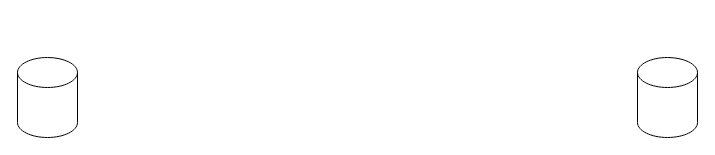
GerasimenkoVV/TestGit keeps this draw.io diagram as SchemeComparePayments_UT_UZ.drawio. Above is the earlier version. Source tidied: cells renumbered, new cells numbered last; positions are measured from the earlier drawing's top-left corner, leaving out a move shared by most shapes. Both pictures are drawn from the tidied source at 100%, with x=0, y=0 at pixel (17, 57).
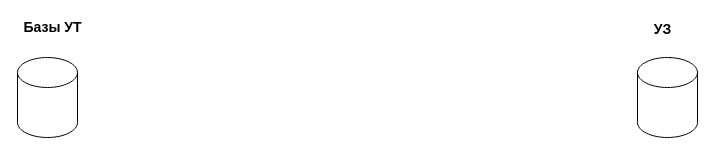
The same page after the edit.

Change to the diagram source:
```diff
@@
 <mxGraphModel>
   <root>
     <mxCell id="0" />
     <mxCell id="1" parent="0" />
     <mxCell id="2" style="shape=cylinder3;whiteSpace=wrap;html=1;boundedLbl=1;backgroundOutline=1;size=15;" parent="1" vertex="1">
       <mxGeometry width="60" height="80" as="geometry" />
     </mxCell>
     <mxCell id="3" style="shape=cylinder3;whiteSpace=wrap;html=1;boundedLbl=1;backgroundOutline=1;size=15;" parent="1" vertex="1">
       <mxGeometry x="620" width="60" height="80" as="geometry" />
     </mxCell>
+    <mxCell id="4" value="&lt;font style=&quot;font-size: 14px;&quot;&gt;&lt;b&gt;Базы УТ&lt;/b&gt;&lt;/font&gt;" style="text;html=1;align=center;verticalAlign=middle;strokeColor=none;fillColor=none;" parent="1" vertex="1">
+      <mxGeometry y="-40" width="70" height="20" as="geometry" />
+    </mxCell>
+    <mxCell id="5" value="&lt;span style=&quot;font-size: 14px;&quot;&gt;&lt;b&gt;УЗ&lt;br&gt;&lt;br&gt;&lt;/b&gt;&lt;/span&gt;" style="text;html=1;align=center;verticalAlign=middle;strokeColor=none;fillColor=none;" parent="1" vertex="1">
+      <mxGeometry x="630" y="-40" width="30" height="40" as="geometry" />
+    </mxCell>
   </root>
 </mxGraphModel>
```
